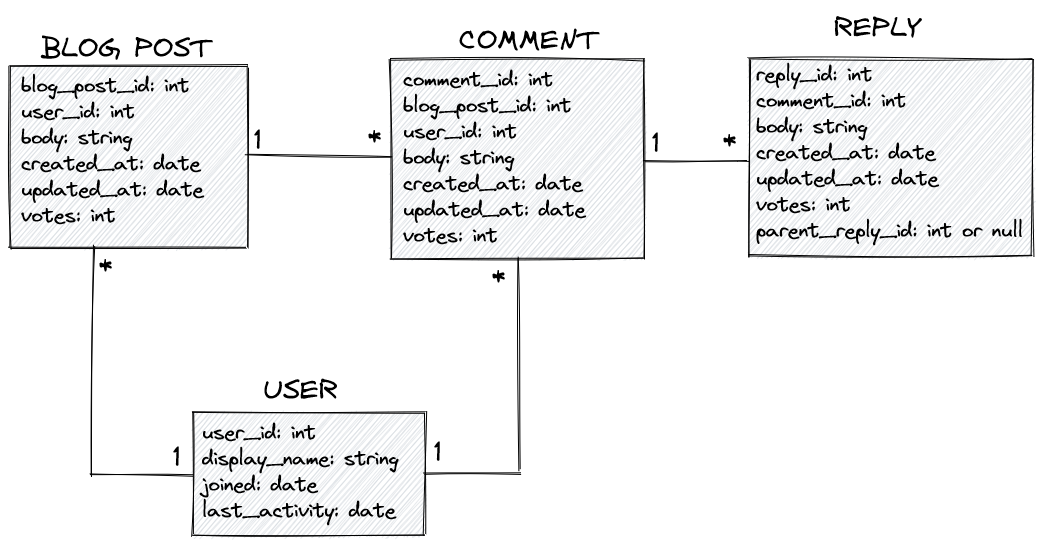
Earlier version of the Excalidraw export planning/database-schema.excalidraw.png (stormytuna/dummy-game-dev-blog). Source tidied: one line per element, renumbered; positions are measured from the earlier drawing's top-left corner, leaving out a move shared by most shapes.
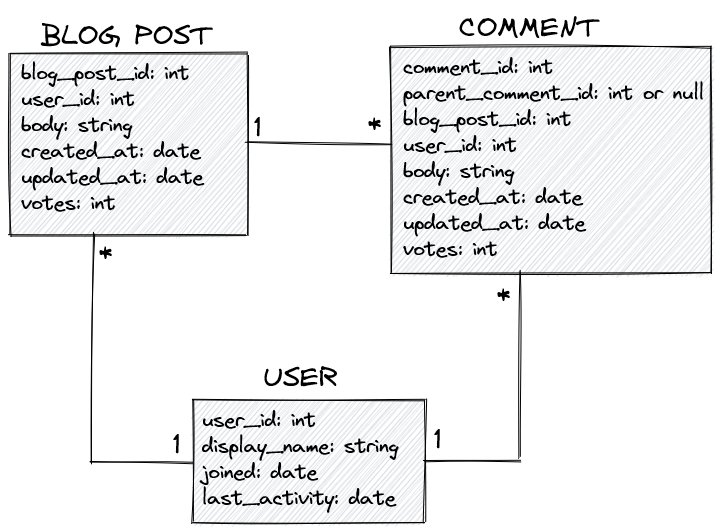
Later version of the same file.

Commit message:
Update database schema plan

Change to the diagram source:
```diff
@@ -1,9 +1,9 @@
 {"id": 0, "type": "rectangle", "strokeColor": "#000000", "backgroundColor": "#ced4da", "fillStyle": "hachure", "strokeWidth": 1, "roughness": 1, "x": 0, "y": 56, "width": 237, "height": 182}
 {"id": 1, "type": "text", "text": "BLOG POST", "strokeColor": "#000000", "backgroundColor": "#ced4da", "fillStyle": "hachure", "strokeWidth": 1, "roughness": 1, "fontSize": 28, "fontFamily": 1, "x": 31, "y": 20, "width": 174, "height": 36}
 {"id": 2, "type": "text", "text": "blog_post_id: int\nuser_id: int\nbody: string\ncreated_at: date\nupdated_at: date\nvotes: int", "strokeColor": "#000000", "backgroundColor": "#ced4da", "fillStyle": "hachure", "strokeWidth": 1, "roughness": 1, "fontSize": 20, "fontFamily": 1, "x": 11, "y": 62, "width": 184, "height": 156}
-{"id": 3, "type": "rectangle", "strokeColor": "#000000", "backgroundColor": "#ced4da", "fillStyle": "hachure", "strokeWidth": 1, "roughness": 1, "x": 381, "y": 50, "width": 253, "height": 199}
+{"id": 3, "type": "rectangle", "strokeColor": "#000000", "backgroundColor": "#ced4da", "fillStyle": "hachure", "strokeWidth": 1, "roughness": 1, "x": 381, "y": 50, "width": 320, "height": 226}
 {"id": 4, "type": "text", "text": "COMMENT", "strokeColor": "#000000", "backgroundColor": "#ced4da", "fillStyle": "hachure", "strokeWidth": 1, "roughness": 1, "fontSize": 28, "fontFamily": 1, "x": 449, "y": 12, "width": 143, "height": 36}
-{"id": 5, "type": "text", "text": "comment_id: int\nblog_post_id: int\nuser_id: int\nbody: string\ncreated_at: date\nupdated_at: date\nvotes: int", "strokeColor": "#000000", "backgroundColor": "#ced4da", "fillStyle": "hachure", "strokeWidth": 1, "roughness": 1, "fontSize": 20, "fontFamily": 1, "x": 393, "y": 56, "width": 184, "height": 182}
+{"id": 5, "type": "text", "text": "comment_id: int\nparent_comment_id: int or null\nblog_post_id: int\nuser_id: int\nbody: string\ncreated_at: date\nupdated_at: date\nvotes: int", "strokeColor": "#000000", "backgroundColor": "#ced4da", "fillStyle": "hachure", "strokeWidth": 1, "roughness": 1, "fontSize": 20, "fontFamily": 1, "x": 393, "y": 56, "width": 302, "height": 208}
 {"id": 6, "type": "rectangle", "strokeColor": "#000000", "backgroundColor": "#ced4da", "fillStyle": "hachure", "strokeWidth": 1, "roughness": 1, "x": 183, "y": 402, "width": 232, "height": 122}
 {"id": 7, "type": "text", "text": "USER", "strokeColor": "#000000", "backgroundColor": "#ced4da", "fillStyle": "hachure", "strokeWidth": 1, "roughness": 1, "fontSize": 28, "fontFamily": 1, "x": 253, "y": 362, "width": 77, "height": 36}
 {"id": 8, "type": "text", "text": "user_id: int\ndisplay_name: string\njoined: date\nlast_activity: date", "strokeColor": "#000000", "backgroundColor": "#ced4da", "fillStyle": "hachure", "strokeWidth": 1, "roughness": 1, "fontSize": 20, "fontFamily": 1, "x": 192, "y": 410, "width": 198, "height": 104}
@@ -11,16 +11,10 @@
 {"id": 10, "type": "text", "text": "1", "strokeColor": "#000000", "backgroundColor": "#ced4da", "fillStyle": "hachure", "strokeWidth": 1, "roughness": 1, "fontSize": 28, "fontFamily": 1, "x": 244, "y": 112, "width": 10, "height": 36}
 {"id": 11, "type": "text", "text": "*", "strokeColor": "#000000", "backgroundColor": "#ced4da", "fillStyle": "hachure", "strokeWidth": 1, "roughness": 1, "fontSize": 28, "fontFamily": 1, "x": 358, "y": 107, "width": 16, "height": 36}
 {"id": 12, "type": "line", "strokeColor": "#000000", "backgroundColor": "#ced4da", "fillStyle": "hachure", "strokeWidth": 1, "roughness": 1, "x": 414, "y": 463, "width": 96, "height": 0, "points": [[0, 0], [96, 0]]}
-{"id": 13, "type": "line", "strokeColor": "#000000", "backgroundColor": "#ced4da", "fillStyle": "hachure", "strokeWidth": 1, "roughness": 1, "x": 509, "y": 460, "width": 1, "height": 212, "points": [[0, 0], [-1, -212]]}
+{"id": 13, "type": "line", "strokeColor": "#000000", "backgroundColor": "#ced4da", "fillStyle": "hachure", "strokeWidth": 1, "roughness": 1, "x": 509, "y": 460, "width": 1, "height": 186, "points": [[0, 0], [1, -186]]}
 {"id": 14, "type": "line", "strokeColor": "#000000", "backgroundColor": "#ced4da", "fillStyle": "hachure", "strokeWidth": 1, "roughness": 1, "x": 85, "y": 236, "width": 3, "height": 230, "points": [[0, 0], [-3, 230]]}
 {"id": 15, "type": "line", "strokeColor": "#000000", "backgroundColor": "#ced4da", "fillStyle": "hachure", "strokeWidth": 1, "roughness": 1, "x": 81, "y": 463, "width": 102, "height": 3, "points": [[0, 0], [102, 3]]}
 {"id": 16, "type": "text", "text": "1", "strokeColor": "#000000", "backgroundColor": "#ced4da", "fillStyle": "hachure", "strokeWidth": 1, "roughness": 1, "fontSize": 28, "fontFamily": 1, "x": 424, "y": 424, "width": 10, "height": 36}
 {"id": 17, "type": "text", "text": "1", "strokeColor": "#000000", "backgroundColor": "#ced4da", "fillStyle": "hachure", "strokeWidth": 1, "roughness": 1, "fontSize": 28, "fontFamily": 1, "x": 163, "y": 429, "width": 10, "height": 36}
-{"id": 18, "type": "text", "text": "*", "strokeColor": "#000000", "backgroundColor": "#ced4da", "fillStyle": "hachure", "strokeWidth": 1, "roughness": 1, "fontSize": 28, "fontFamily": 1, "x": 482, "y": 247, "width": 16, "height": 36}
+{"id": 18, "type": "text", "text": "*", "strokeColor": "#000000", "backgroundColor": "#ced4da", "fillStyle": "hachure", "strokeWidth": 1, "roughness": 1, "fontSize": 28, "fontFamily": 1, "x": 487, "y": 278, "width": 16, "height": 36}
 {"id": 19, "type": "text", "text": "*", "strokeColor": "#000000", "backgroundColor": "#ced4da", "fillStyle": "hachure", "strokeWidth": 1, "roughness": 1, "fontSize": 28, "fontFamily": 1, "x": 89, "y": 236, "width": 16, "height": 36}
-{"id": 20, "type": "rectangle", "strokeColor": "#000000", "backgroundColor": "#ced4da", "fillStyle": "hachure", "strokeWidth": 1, "roughness": 1, "x": 739, "y": 49, "width": 283, "height": 197}
-{"id": 21, "type": "text", "text": "REPLY", "strokeColor": "#000000", "backgroundColor": "#ced4da", "fillStyle": "hachure", "strokeWidth": 1, "roughness": 1, "fontSize": 28, "fontFamily": 1, "x": 824, "y": 0, "width": 90, "height": 36}
-{"id": 22, "type": "line", "strokeColor": "#000000", "backgroundColor": "#ced4da", "fillStyle": "hachure", "strokeWidth": 1, "roughness": 1, "x": 634, "y": 151, "width": 103, "height": 0, "points": [[0, 0], [103, 0]]}
-{"id": 23, "type": "text", "text": "*", "strokeColor": "#000000", "backgroundColor": "#ced4da", "fillStyle": "hachure", "strokeWidth": 1, "roughness": 1, "fontSize": 28, "fontFamily": 1, "x": 713, "y": 111, "width": 16, "height": 36}
-{"id": 24, "type": "text", "text": "1", "strokeColor": "#000000", "backgroundColor": "#ced4da", "fillStyle": "hachure", "strokeWidth": 1, "roughness": 1, "fontSize": 28, "fontFamily": 1, "x": 642, "y": 115, "width": 10, "height": 36}
-{"id": 25, "type": "text", "text": "reply_id: int\ncomment_id: int\nbody: string\ncreated_at: date\nupdated_at: date\nvotes: int\nparent_reply_id: int or null", "strokeColor": "#000000", "backgroundColor": "#ced4da", "fillStyle": "hachure", "strokeWidth": 1, "roughness": 1, "fontSize": 20, "fontFamily": 1, "x": 746, "y": 52, "width": 269, "height": 182}
```
